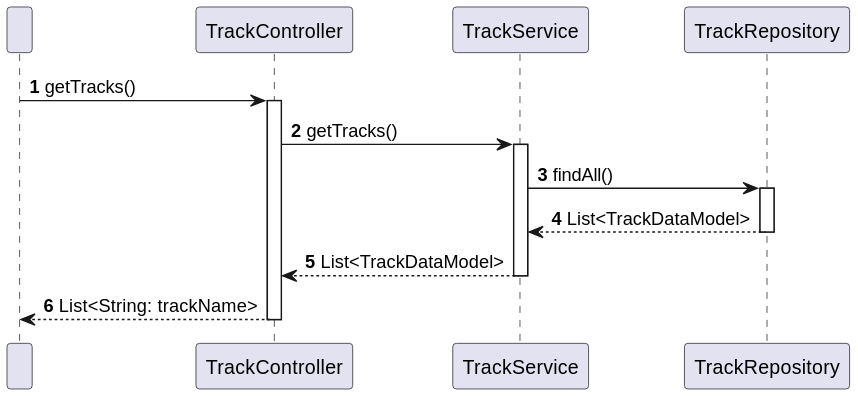
This is docs/useCases/uc01/sd_uc01_v1.svg from olivDiogo/lap-time-simulator, a PlantUML export, as it was before one commit.
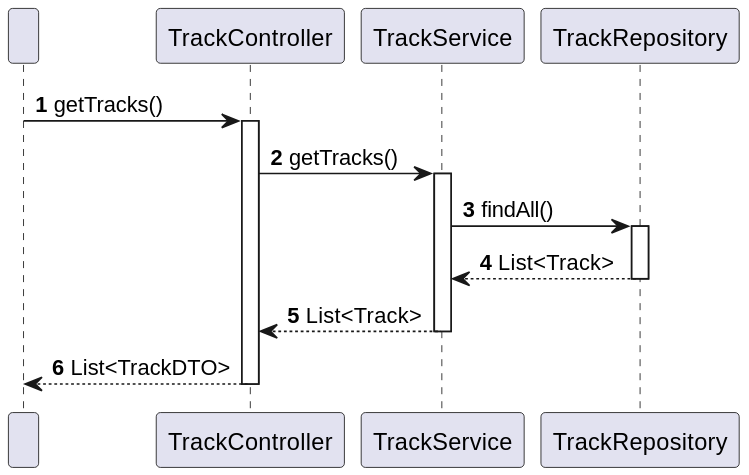
The same file after the commit.

Change to the diagram source:
```diff
@@ -17,12 +17,12 @@
 SERV -> REPO: findAll()
 activate REPO
 
-REPO --> SERV: List<TrackDataModel>
+REPO --> SERV: List<Track>
 deactivate REPO
 
-SERV --> CTRL: List<TrackDataModel>
+SERV --> CTRL: List<Track>
 deactivate SERV
 
-CTRL --> " ": List<String: trackName>
+CTRL --> " ": List<TrackDTO>
 deactivate CTRL
 @enduml
```
